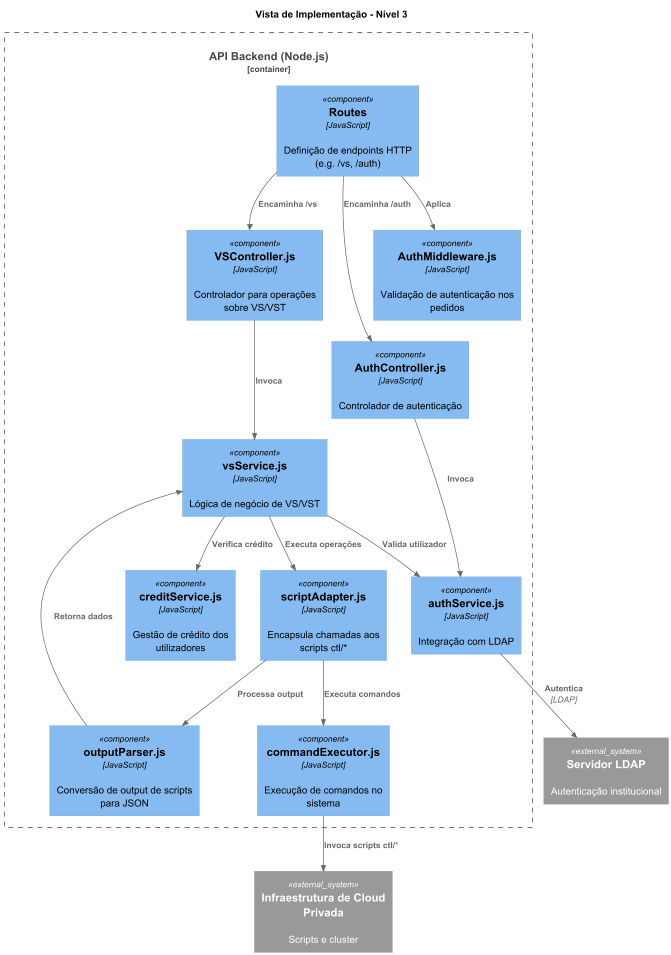
Before: docs/VISTAS/IMPLEMENTAÇÃO/VI3.png, a diagram exported from PlantUML (tiagosoa/LEI-PROJ-FRONTEND). Source of this version:
```plantuml
@startuml
!include https://raw.githubusercontent.com/plantuml-stdlib/C4-PlantUML/master/C4_Component.puml

title Vista de Implementação - Nível 3

Container_Boundary(api, "API Backend (Node.js)") {

    Component(routes, "Routes", "JavaScript", "Definição de endpoints HTTP (e.g. /vs, /auth)")

    Component(vsController, "VSController.js", "JavaScript", "Controlador para operações sobre VS/VST")

    Component(authController, "AuthController.js", "JavaScript", "Controlador de autenticação")

    Component(vsService, "vsService.js", "JavaScript", "Lógica de negócio de VS/VST")

    Component(creditService, "creditService.js", "JavaScript", "Gestão de crédito dos utilizadores")

    Component(authService, "authService.js", "JavaScript", "Integração com LDAP")

    Component(commandExecutor, "commandExecutor.js", "JavaScript", "Execução de comandos no sistema")

    Component(scriptAdapter, "scriptAdapter.js", "JavaScript", "Encapsula chamadas aos scripts ctl/*")

    Component(outputParser, "outputParser.js", "JavaScript", "Conversão de output de scripts para JSON")

    Component(middleware, "AuthMiddleware.js", "JavaScript", "Validação de autenticação nos pedidos")

}

System_Ext(ldap, "Servidor LDAP", "Autenticação institucional")
System_Ext(cloud, "Infraestrutura de Cloud Privada", "Scripts e cluster")


Rel(routes, vsController, "Encaminha /vs")
Rel(routes, authController, "Encaminha /auth")

Rel(vsController, vsService, "Invoca")
Rel(authController, authService, "Invoca")

Rel(vsService, creditService, "Verifica crédito")
Rel(vsService, authService, "Valida utilizador")

Rel(vsService, scriptAdapter, "Executa operações")

Rel(scriptAdapter, commandExecutor, "Executa comandos")
Rel(commandExecutor, cloud, "Invoca scripts ctl/*")

Rel(scriptAdapter, outputParser, "Processa output")
Rel(outputParser, vsService, "Retorna dados")

Rel(authService, ldap, "Autentica", "LDAP")

Rel(routes, middleware, "Aplica")

@enduml
```
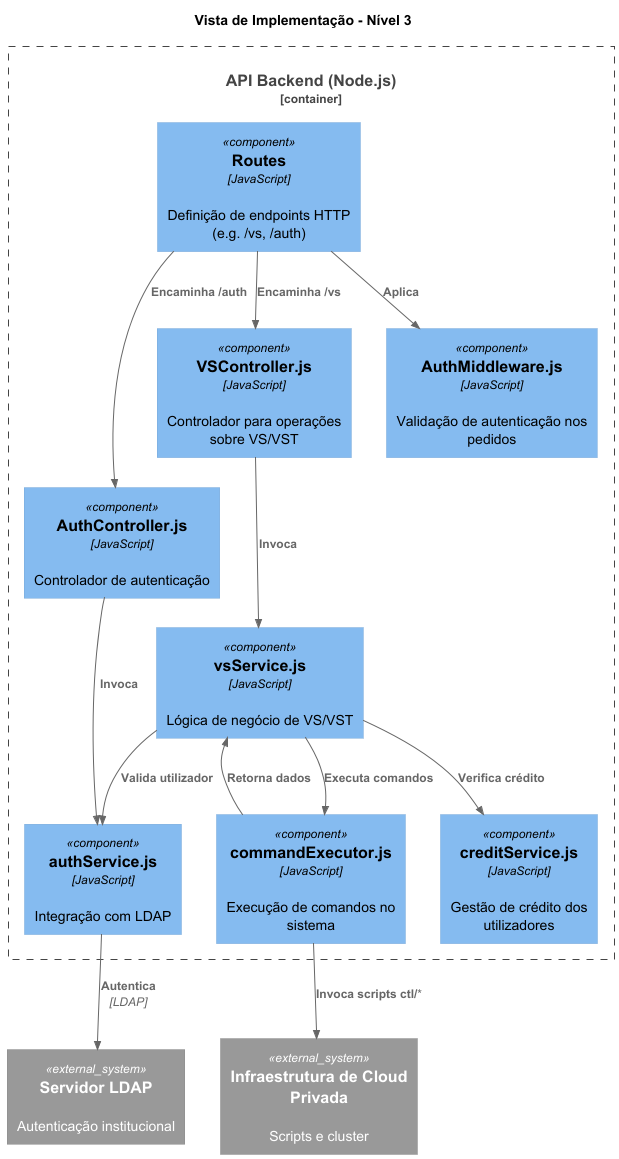
Above is the later version.

What changed in the source:
```diff
@@ -19,10 +19,6 @@
 
     Component(commandExecutor, "commandExecutor.js", "JavaScript", "Execução de comandos no sistema")
 
-    Component(scriptAdapter, "scriptAdapter.js", "JavaScript", "Encapsula chamadas aos scripts ctl/*")
-
-    Component(outputParser, "outputParser.js", "JavaScript", "Conversão de output de scripts para JSON")
-
     Component(middleware, "AuthMiddleware.js", "JavaScript", "Validação de autenticação nos pedidos")
 
 }
@@ -40,13 +36,11 @@
 Rel(vsService, creditService, "Verifica crédito")
 Rel(vsService, authService, "Valida utilizador")
 
-Rel(vsService, scriptAdapter, "Executa operações")
+Rel(vsService, commandExecutor, "Executa comandos")
 
-Rel(scriptAdapter, commandExecutor, "Executa comandos")
 Rel(commandExecutor, cloud, "Invoca scripts ctl/*")
 
-Rel(scriptAdapter, outputParser, "Processa output")
-Rel(outputParser, vsService, "Retorna dados")
+Rel(commandExecutor, vsService, "Retorna dados")
 
 Rel(authService, ldap, "Autentica", "LDAP")
 
```
